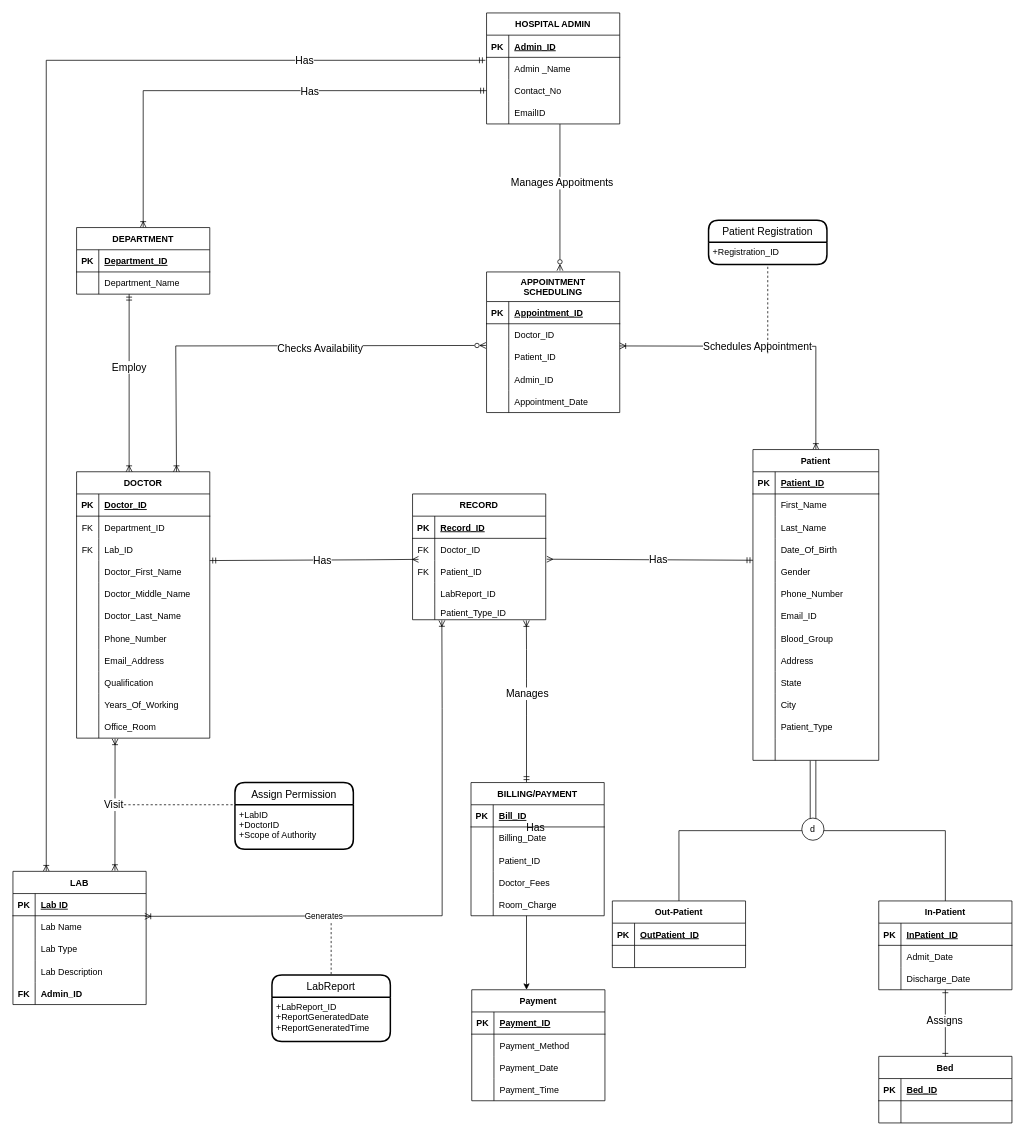
KashyapKompella/DAMG6210_HospitalManagementDatabase keeps this draw.io diagram as Untitled Diagram.drawio. Above is the earlier version. Source tidied: cells renumbered, new cells numbered last; positions are measured from the earlier drawing's top-left corner, leaving out a move shared by most shapes. Both pictures are drawn from the tidied source at 74%, with x=0, y=0 at pixel (13, 13).
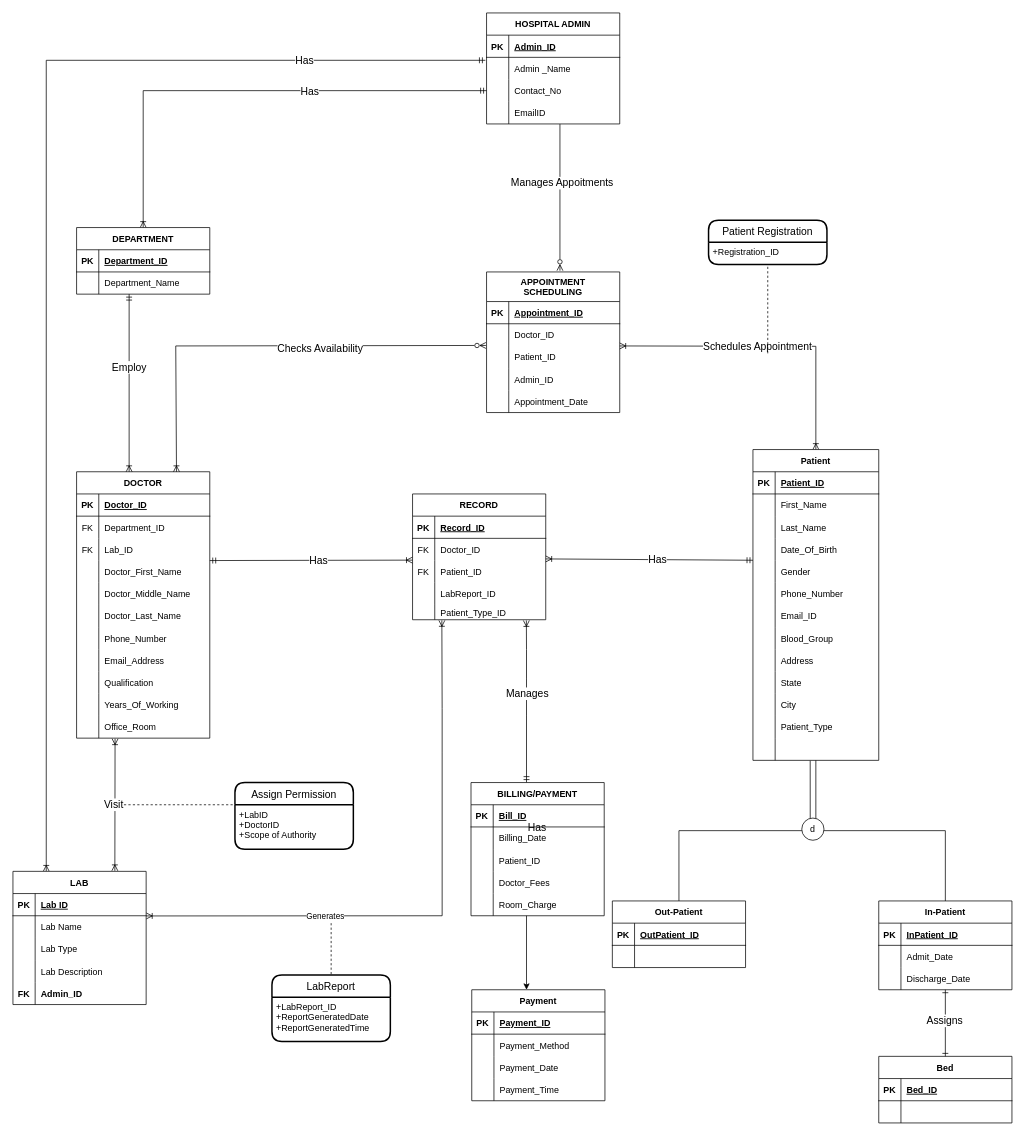
The same page after the edit.

Commit message:
Update about the Doctor Part

The change refers to these unchanged cells:
```xml
<mxCell id="34" value="LAB" style="shape=table;startSize=30;childLayout=tableLayout;rowLines=0;fontStyle=1;align=center;" parent="1" vertex="1">
  <mxGeometry y="1160" width="180" height="180" as="geometry" />
</mxCell>
<mxCell id="38" style="shape=tableRow;horizontal=0;startSize=0;swimlaneHead=0;swimlaneBody=0;fillColor=none;points=[[0,0.5],[1,0.5]];portConstraint=eastwest;top=0;left=0;right=0;bottom=0;" parent="34" vertex="1">
  <mxGeometry y="60" width="180" height="30" as="geometry" />
</mxCell>
<mxCell id="201" style="shape=tableRow;horizontal=0;startSize=0;swimlaneHead=0;swimlaneBody=0;fillColor=none;points=[[0,0.5],[1,0.5]];portConstraint=eastwest;top=0;left=0;right=0;bottom=0;" parent="197" vertex="1">
  <mxGeometry y="60" width="180" height="30" as="geometry" />
</mxCell>
<mxCell id="204" style="shape=tableRow;horizontal=0;startSize=0;swimlaneHead=0;swimlaneBody=0;fillColor=none;points=[[0,0.5],[1,0.5]];portConstraint=eastwest;top=0;left=0;right=0;bottom=0;" parent="197" vertex="1">
  <mxGeometry y="90" width="180" height="30" as="geometry" />
</mxCell>
<mxCell id="210" style="shape=tableRow;horizontal=0;startSize=0;swimlaneHead=0;swimlaneBody=0;fillColor=none;points=[[0,0.5],[1,0.5]];portConstraint=eastwest;top=0;left=0;right=0;bottom=0;" parent="197" vertex="1">
  <mxGeometry y="150" width="180" height="20" as="geometry" />
</mxCell>
```

The edit, as a diff of the source:
```diff
@@
-    <mxCell id="12" style="rounded=0;orthogonalLoop=1;jettySize=auto;html=1;startArrow=ERoneToMany;startFill=0;endArrow=ERoneToMany;endFill=0;exitX=0.161;exitY=1.026;exitDx=0;exitDy=0;exitPerimeter=0;entryX=0.638;entryY=-0.005;entryDx=0;entryDy=0;entryPerimeter=0;" parent="1" edge="1">
+    <mxCell id="12" style="rounded=0;jettySize=auto;html=1;startArrow=ERoneToMany;startFill=0;endArrow=ERoneToMany;endFill=0;exitX=0.161;exitY=1.026;exitDx=0;exitDy=0;exitPerimeter=0;entryX=0.765;entryY=-0.004;entryDx=0;entryDy=0;entryPerimeter=0;" parent="1" edge="1" target="34">
       <mxGeometry relative="1" as="geometry">
         <mxPoint x="138" y="980.8" as="sourcePoint" />
-        <mxPoint x="137.8" y="1159.1" as="targetPoint" />
       </mxGeometry>
     </mxCell>
@@
-    <mxCell id="14" style="rounded=0;jettySize=auto;html=1;startArrow=ERoneToMany;startFill=0;endArrow=ERoneToMany;endFill=0;exitX=0.99;exitY=0.026;exitDx=0;exitDy=0;entryX=0.22;entryY=1.042;entryDx=0;entryDy=0;entryPerimeter=0;exitPerimeter=0;" parent="1" edge="1" source="38" target="210">
+    <mxCell id="14" style="rounded=0;jettySize=auto;html=1;startArrow=ERoneToMany;startFill=0;endArrow=ERoneToMany;endFill=0;exitX=1.001;exitY=0.009;exitDx=0;exitDy=0;entryX=0.22;entryY=1.042;entryDx=0;entryDy=0;entryPerimeter=0;exitPerimeter=0;" parent="1" edge="1" source="38" target="210">
       <mxGeometry relative="1" as="geometry">
         <Array as="points">
           <mxPoint x="580" y="1220" />
           <mxPoint x="580" y="1000" />
           <mxPoint x="580" y="940" />
         </Array>
       </mxGeometry>
     </mxCell>
@@
-    <mxCell id="17" style="rounded=0;orthogonalLoop=1;jettySize=auto;html=1;startArrow=ERmany;startFill=0;endArrow=ERmandOne;endFill=0;entryX=0.961;entryY=0;entryDx=0;entryDy=0;entryPerimeter=0;exitX=0.006;exitY=0.646;exitDx=0;exitDy=0;exitPerimeter=0;" parent="1" edge="1">
+    <mxCell id="17" style="rounded=0;jettySize=auto;html=1;startArrow=ERoneToMany;startFill=0;endArrow=ERmandOne;endFill=0;entryX=0.961;entryY=0;entryDx=0;entryDy=0;entryPerimeter=0;exitX=-0.001;exitY=-0.019;exitDx=0;exitDy=0;exitPerimeter=0;" parent="1" edge="1" source="204">
       <mxGeometry relative="1" as="geometry">
-        <mxPoint x="548.1" y="738.4" as="sourcePoint" />
         <mxPoint x="266" y="740" as="targetPoint" />
-        <Array as="points">
-          <mxPoint x="477" y="739" />
-        </Array>
       </mxGeometry>
     </mxCell>
@@
-    <mxCell id="19" style="rounded=0;orthogonalLoop=1;jettySize=auto;html=1;startArrow=ERmany;startFill=0;endArrow=ERmandOne;endFill=0;exitX=1.008;exitY=0.941;exitDx=0;exitDy=0;exitPerimeter=0;" parent="1" edge="1">
+    <mxCell id="19" style="rounded=0;jettySize=auto;html=1;startArrow=ERoneToMany;startFill=0;endArrow=ERmandOne;endFill=0;exitX=1;exitY=0.927;exitDx=0;exitDy=0;exitPerimeter=0;" parent="1" edge="1" source="201">
       <mxGeometry relative="1" as="geometry">
-        <mxPoint x="721.4" y="738.2" as="sourcePoint" />
         <mxPoint x="1000" y="739.6" as="targetPoint" />
       </mxGeometry>
     </mxCell>
```
